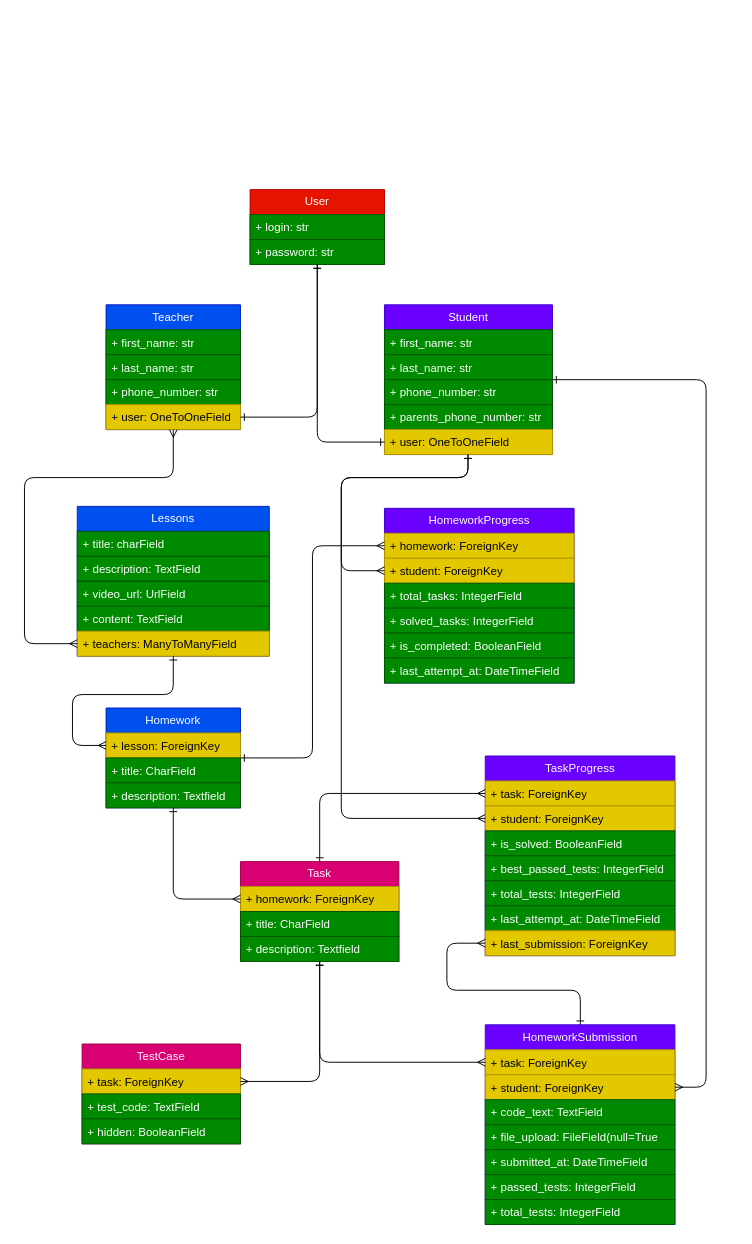
The draw.io diagram models.drawio in Sanjarbek17/codeschool_backend, before the edit. Source tidied: cells renumbered, new cells numbered last; positions are measured from the earlier drawing's top-left corner, leaving out a move shared by most shapes. Both pictures are drawn from the tidied source at 96%, with x=0, y=0 at pixel (24, 189).
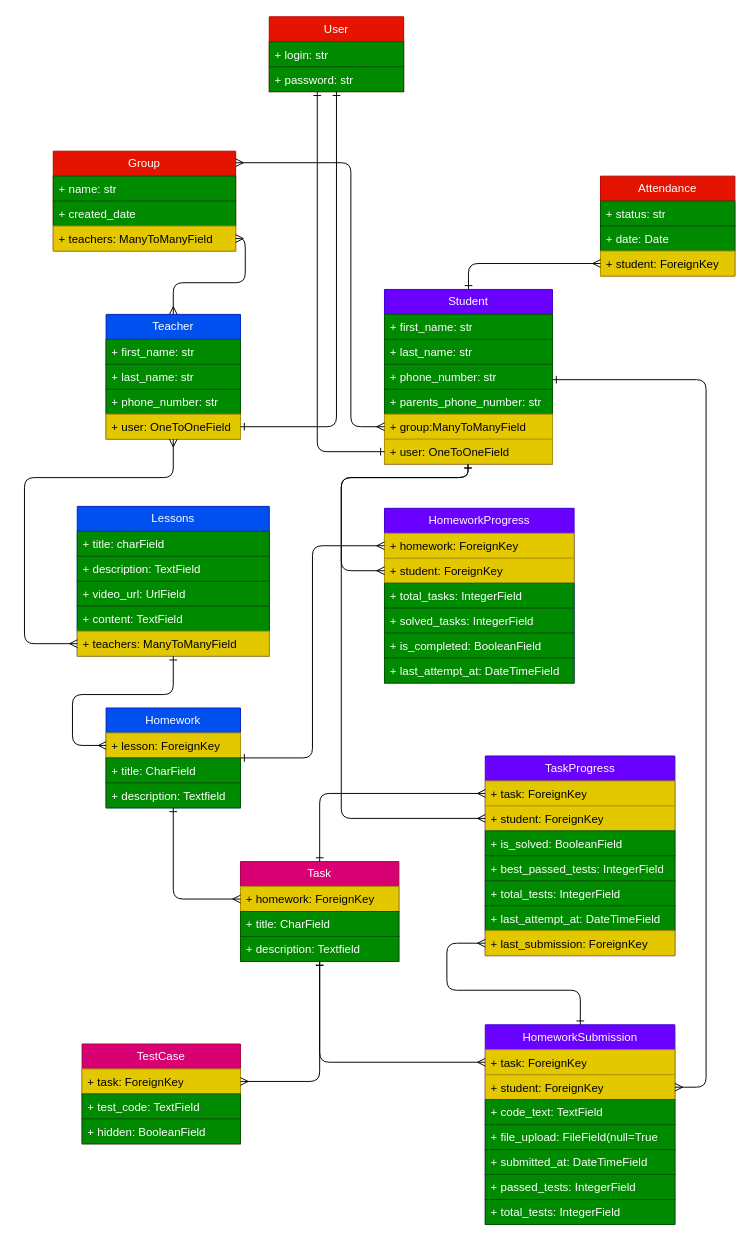
The same page after the edit.

Commit message:
group attenadnce models

The edit, as a diff of the source:
```diff
@@
     <mxCell id="2" value="User" style="swimlane;fontStyle=0;horizontal=1;startSize=26;fillColor=#e51400;whiteSpace=wrap;html=1;fontColor=#ffffff;strokeColor=#B20000;" parent="1" vertex="1">
-      <mxGeometry x="235" width="140" height="78" as="geometry" />
+      <mxGeometry x="255" y="-180" width="140" height="78" as="geometry" />
     </mxCell>
@@
     <mxCell id="5" value="Teacher" style="swimlane;fontStyle=0;horizontal=1;startSize=26;fillColor=#0050ef;whiteSpace=wrap;html=1;fontColor=#ffffff;strokeColor=#001DBC;" parent="1" vertex="1">
-      <mxGeometry x="85" y="120" width="140" height="130" as="geometry" />
+      <mxGeometry x="85" y="130" width="140" height="130" as="geometry" />
     </mxCell>
@@
     <mxCell id="10" value="Student" style="swimlane;fontStyle=0;horizontal=1;startSize=26;fillColor=#6a00ff;whiteSpace=wrap;html=1;fontColor=#ffffff;strokeColor=#3700CC;" parent="1" vertex="1">
-      <mxGeometry x="375" y="120" width="175" height="156" as="geometry" />
+      <mxGeometry x="375" y="104" width="175" height="182" as="geometry" />
     </mxCell>
@@
+    <mxCell id="70" value="+ group:ManyToManyField" style="text;strokeColor=#B09500;fillColor=#e3c800;align=left;verticalAlign=top;spacingLeft=4;spacingRight=4;overflow=hidden;points=[[0,0.5],[1,0.5]];portConstraint=eastwest;whiteSpace=wrap;html=1;fontColor=#000000;" parent="10" vertex="1">
+      <mxGeometry y="130" width="175" height="26" as="geometry" />
+    </mxCell>
     <mxCell id="15" value="+ user: OneToOneField" style="text;strokeColor=#B09500;fillColor=#e3c800;align=left;verticalAlign=top;spacingLeft=4;spacingRight=4;overflow=hidden;points=[[0,0.5],[1,0.5]];portConstraint=eastwest;whiteSpace=wrap;html=1;fontColor=#000000;" parent="10" vertex="1">
-      <mxGeometry y="130" width="175" height="26" as="geometry" />
+      <mxGeometry y="156" width="175" height="26" as="geometry" />
     </mxCell>
@@
     <mxCell id="47" style="edgeStyle=orthogonalEdgeStyle;html=1;endArrow=ERone;endFill=0;startArrow=ERone;startFill=0;" parent="1" edge="1" source="15" target="2">
       <mxGeometry relative="1" as="geometry">
         <Array as="points">
-          <mxPoint x="305" y="263" />
+          <mxPoint x="305" y="273" />
         </Array>
       </mxGeometry>
     </mxCell>
@@
+    <mxCell id="71" value="Group" style="swimlane;fontStyle=0;horizontal=1;startSize=26;fillColor=#e51400;whiteSpace=wrap;html=1;fontColor=#ffffff;strokeColor=#B20000;" parent="1" vertex="1">
+      <mxGeometry x="30" y="-40" width="190" height="104" as="geometry" />
+    </mxCell>
+    <mxCell id="72" value="+ name: str" style="text;strokeColor=#005700;fillColor=#008a00;align=left;verticalAlign=top;spacingLeft=4;spacingRight=4;overflow=hidden;whiteSpace=wrap;html=1;fontColor=#ffffff;" parent="71" vertex="1">
+      <mxGeometry y="26" width="190" height="26" as="geometry" />
+    </mxCell>
+    <mxCell id="73" value="+ created_date" style="text;strokeColor=#005700;fillColor=#008a00;align=left;verticalAlign=top;spacingLeft=4;spacingRight=4;overflow=hidden;whiteSpace=wrap;html=1;fontColor=#ffffff;" parent="71" vertex="1">
+      <mxGeometry y="52" width="190" height="26" as="geometry" />
+    </mxCell>
+    <mxCell id="74" value="+ teachers: ManyToManyField" style="text;strokeColor=#B09500;fillColor=#e3c800;align=left;verticalAlign=top;spacingLeft=4;spacingRight=4;overflow=hidden;points=[[0,0.5],[1,0.5]];portConstraint=eastwest;whiteSpace=wrap;html=1;fontColor=#000000;" parent="71" vertex="1">
+      <mxGeometry y="78" width="190" height="26" as="geometry" />
+    </mxCell>
+    <mxCell id="75" value="Attendance" style="swimlane;fontStyle=0;horizontal=1;startSize=26;fillColor=#e51400;whiteSpace=wrap;html=1;fontColor=#ffffff;strokeColor=#B20000;" parent="1" vertex="1">
+      <mxGeometry x="600" y="-14" width="140" height="104" as="geometry" />
+    </mxCell>
+    <mxCell id="76" value="+ status: str" style="text;strokeColor=#005700;fillColor=#008a00;align=left;verticalAlign=top;spacingLeft=4;spacingRight=4;overflow=hidden;whiteSpace=wrap;html=1;fontColor=#ffffff;" parent="75" vertex="1">
+      <mxGeometry y="26" width="140" height="26" as="geometry" />
+    </mxCell>
+    <mxCell id="77" value="+ date: Date" style="text;strokeColor=#005700;fillColor=#008a00;align=left;verticalAlign=top;spacingLeft=4;spacingRight=4;overflow=hidden;whiteSpace=wrap;html=1;fontColor=#ffffff;" parent="75" vertex="1">
+      <mxGeometry y="52" width="140" height="26" as="geometry" />
+    </mxCell>
+    <mxCell id="78" value="+ student: ForeignKey" style="text;strokeColor=#B09500;fillColor=#e3c800;align=left;verticalAlign=top;spacingLeft=4;spacingRight=4;overflow=hidden;points=[[0,0.5],[1,0.5]];portConstraint=eastwest;whiteSpace=wrap;html=1;fontColor=#000000;" parent="75" vertex="1">
+      <mxGeometry y="78" width="140" height="26" as="geometry" />
+    </mxCell>
+    <mxCell id="79" style="edgeStyle=orthogonalEdgeStyle;html=1;endArrow=ERone;endFill=0;startArrow=ERmany;startFill=0;" parent="1" edge="1" source="78" target="10">
+      <mxGeometry relative="1" as="geometry" />
+    </mxCell>
+    <mxCell id="80" style="edgeStyle=orthogonalEdgeStyle;html=1;endArrow=ERmany;endFill=0;startArrow=ERmany;startFill=0;" parent="1" edge="1" source="70" target="71">
+      <mxGeometry relative="1" as="geometry">
+        <Array as="points">
+          <mxPoint x="340" y="247" />
+          <mxPoint x="340" y="-28" />
+        </Array>
+      </mxGeometry>
+    </mxCell>
+    <mxCell id="81" style="edgeStyle=orthogonalEdgeStyle;html=1;endArrow=ERmany;endFill=0;startArrow=ERmany;startFill=0;" parent="1" edge="1" source="74" target="5">
+      <mxGeometry relative="1" as="geometry" />
+    </mxCell>
```
